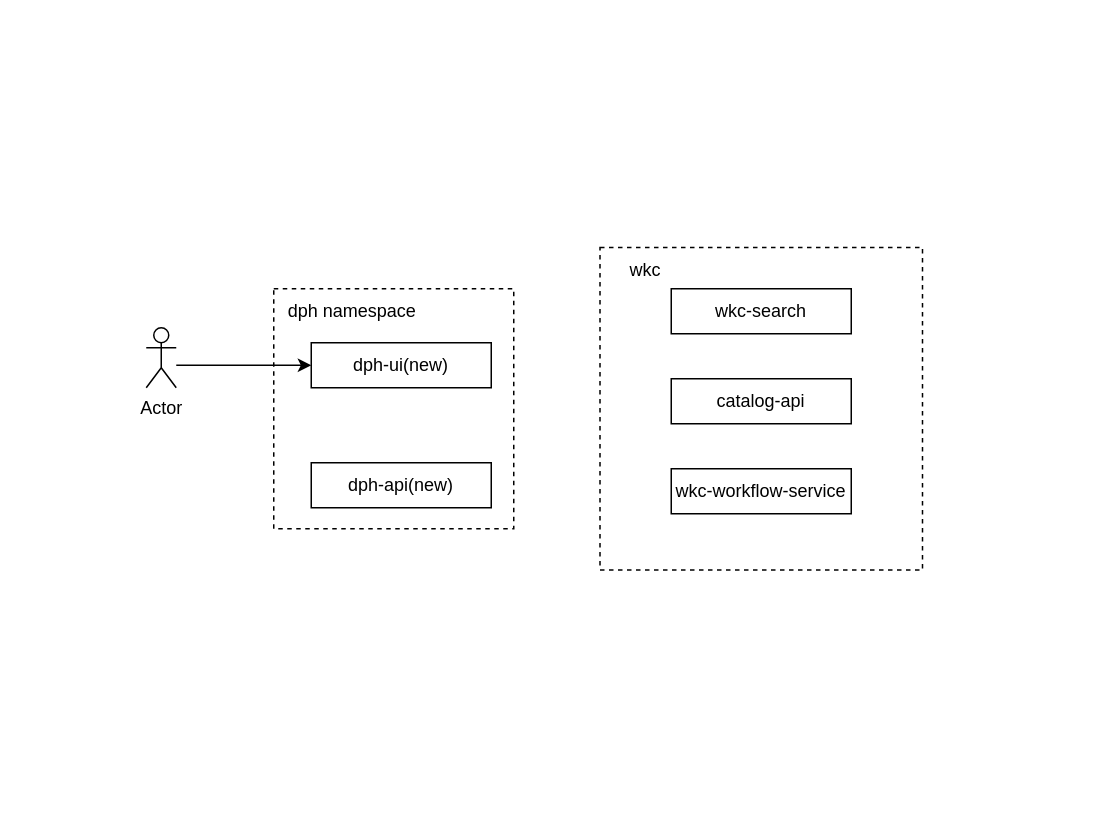
Before: assets/dph_arch_and_skill.drawio in ganisback/draw.io, a draw.io diagram. Source tidied: cells renumbered, new cells numbered last; positions are measured from the earlier drawing's top-left corner, leaving out a move shared by most shapes. Both pictures are drawn from the tidied source at 150%, with x=0, y=0 at pixel (146, 248).
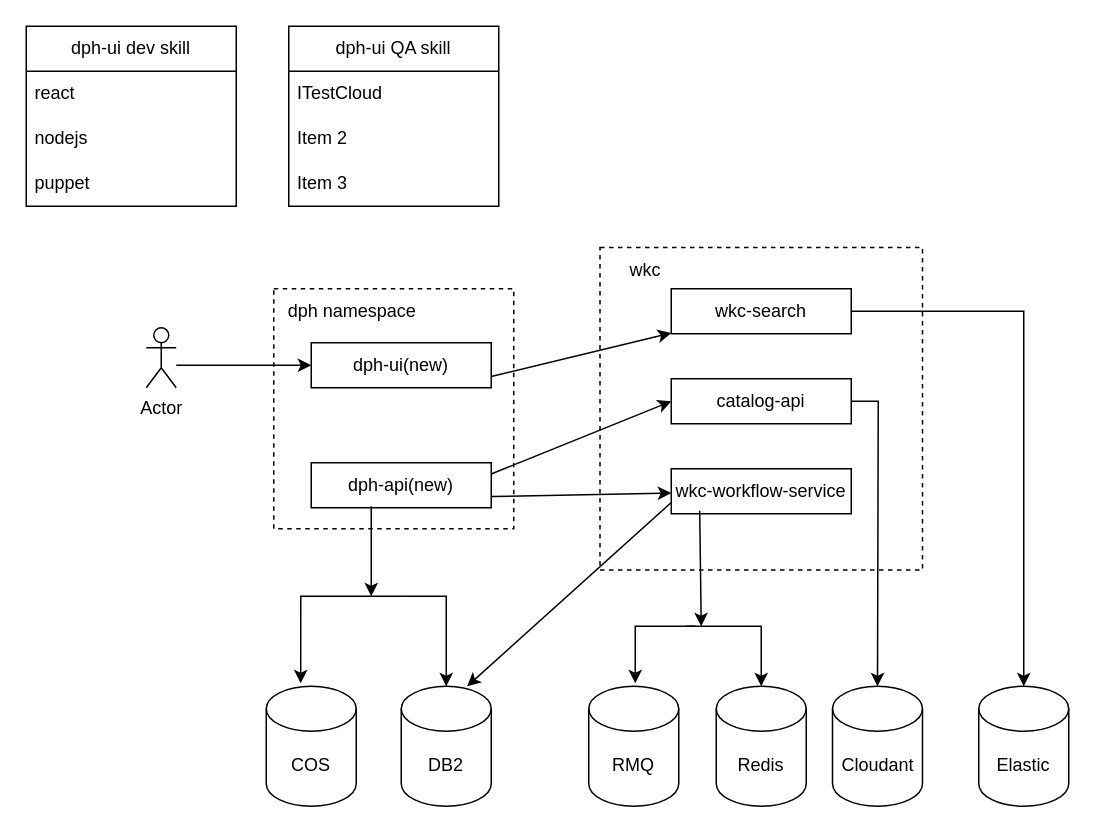
After the change.

The change refers to these unchanged cells:
```xml
<mxCell id="5" value="dph-ui(new)" style="rounded=0;whiteSpace=wrap;html=1;" parent="1" vertex="1">
  <mxGeometry x="110" y="63" width="120" height="30" as="geometry" />
</mxCell>
<mxCell id="6" value="dph-api(new)" style="rounded=0;whiteSpace=wrap;html=1;" parent="1" vertex="1">
  <mxGeometry x="110" y="143" width="120" height="30" as="geometry" />
</mxCell>
<mxCell id="9" value="wkc-search" style="rounded=0;whiteSpace=wrap;html=1;" parent="1" vertex="1">
  <mxGeometry x="350" y="27" width="120" height="30" as="geometry" />
</mxCell>
<mxCell id="10" value="catalog-api" style="rounded=0;whiteSpace=wrap;html=1;" parent="1" vertex="1">
  <mxGeometry x="350" y="87" width="120" height="30" as="geometry" />
</mxCell>
<mxCell id="11" value="wkc-workflow-service" style="rounded=0;whiteSpace=wrap;html=1;" parent="1" vertex="1">
  <mxGeometry x="350" y="147" width="120" height="30" as="geometry" />
</mxCell>
```

The edit, as a diff of the source:
```diff
@@
+    <mxCell id="13" style="endArrow=classic;html=1;rounded=0;exitX=1;exitY=0.75;exitDx=0;exitDy=0;" parent="1" edge="1" source="5" target="9">
+      <mxGeometry relative="1" as="geometry" />
+    </mxCell>
+    <mxCell id="14" style="endArrow=classic;html=1;rounded=0;exitX=1;exitY=0.25;exitDx=0;exitDy=0;entryX=0;entryY=0.5;entryDx=0;entryDy=0;" parent="1" edge="1" source="6" target="10">
+      <mxGeometry relative="1" as="geometry" />
+    </mxCell>
+    <mxCell id="15" style="endArrow=classic;html=1;rounded=0;exitX=1;exitY=0.75;exitDx=0;exitDy=0;" parent="1" edge="1" source="6" target="11">
+      <mxGeometry relative="1" as="geometry" />
+    </mxCell>
+    <mxCell id="16" value="DB2" style="shape=cylinder3;whiteSpace=wrap;html=1;boundedLbl=1;backgroundOutline=1;size=15;" parent="1" vertex="1">
+      <mxGeometry x="170" y="292" width="60" height="80" as="geometry" />
+    </mxCell>
+    <mxCell id="17" value="RMQ" style="shape=cylinder3;whiteSpace=wrap;html=1;boundedLbl=1;backgroundOutline=1;size=15;" parent="1" vertex="1">
+      <mxGeometry x="295" y="292" width="60" height="80" as="geometry" />
+    </mxCell>
+    <mxCell id="18" value="Redis" style="shape=cylinder3;whiteSpace=wrap;html=1;boundedLbl=1;backgroundOutline=1;size=15;" parent="1" vertex="1">
+      <mxGeometry x="380" y="292" width="60" height="80" as="geometry" />
+    </mxCell>
+    <mxCell id="19" value="Cloudant" style="shape=cylinder3;whiteSpace=wrap;html=1;boundedLbl=1;backgroundOutline=1;size=15;" parent="1" vertex="1">
+      <mxGeometry x="457.5" y="292" width="60" height="80" as="geometry" />
+    </mxCell>
+    <mxCell id="20" value="Elastic" style="shape=cylinder3;whiteSpace=wrap;html=1;boundedLbl=1;backgroundOutline=1;size=15;" parent="1" vertex="1">
+      <mxGeometry x="555" y="292" width="60" height="80" as="geometry" />
+    </mxCell>
+    <mxCell id="21" value="COS" style="shape=cylinder3;whiteSpace=wrap;html=1;boundedLbl=1;backgroundOutline=1;size=15;" parent="1" vertex="1">
+      <mxGeometry x="80" y="292" width="60" height="80" as="geometry" />
+    </mxCell>
+    <mxCell id="22" style="endArrow=classic;html=1;rounded=0;exitX=1;exitY=0.5;exitDx=0;exitDy=0;entryX=0.5;entryY=0;entryDx=0;entryDy=0;entryPerimeter=0;" parent="1" edge="1" source="9" target="20">
+      <mxGeometry relative="1" as="geometry">
+        <Array as="points">
+          <mxPoint x="585" y="42" />
+        </Array>
+      </mxGeometry>
+    </mxCell>
+    <mxCell id="23" style="endArrow=classic;html=1;rounded=0;exitX=1;exitY=0.5;exitDx=0;exitDy=0;entryX=0.5;entryY=0;entryDx=0;entryDy=0;entryPerimeter=0;" parent="1" edge="1" source="10" target="19">
+      <mxGeometry relative="1" as="geometry">
+        <Array as="points">
+          <mxPoint x="488" y="102" />
+        </Array>
+      </mxGeometry>
+    </mxCell>
+    <mxCell id="24" style="endArrow=classic;html=1;rounded=0;" parent="1" edge="1">
+      <mxGeometry relative="1" as="geometry">
+        <mxPoint x="366" y="252" as="sourcePoint" />
+        <mxPoint x="326" y="290" as="targetPoint" />
+        <Array as="points">
+          <mxPoint x="326" y="252" />
+        </Array>
+      </mxGeometry>
+    </mxCell>
+    <mxCell id="25" style="endArrow=classic;html=1;rounded=0;entryX=0.5;entryY=0;entryDx=0;entryDy=0;entryPerimeter=0;" parent="1" edge="1" target="18">
+      <mxGeometry relative="1" as="geometry">
+        <mxPoint x="360" y="252" as="sourcePoint" />
+        <Array as="points">
+          <mxPoint x="410" y="252" />
+        </Array>
+      </mxGeometry>
+    </mxCell>
+    <mxCell id="26" style="endArrow=classic;html=1;rounded=0;exitX=0.158;exitY=0.933;exitDx=0;exitDy=0;exitPerimeter=0;" parent="1" edge="1" source="11">
+      <mxGeometry relative="1" as="geometry">
+        <mxPoint x="370" y="252" as="targetPoint" />
+      </mxGeometry>
+    </mxCell>
+    <mxCell id="27" style="endArrow=classic;html=1;rounded=0;entryX=0.383;entryY=-0.025;entryDx=0;entryDy=0;entryPerimeter=0;" parent="1" edge="1" target="21">
+      <mxGeometry relative="1" as="geometry">
+        <mxPoint x="170" y="232" as="sourcePoint" />
+        <Array as="points">
+          <mxPoint x="103" y="232" />
+        </Array>
+      </mxGeometry>
+    </mxCell>
+    <mxCell id="28" style="endArrow=classic;html=1;rounded=0;entryX=0.5;entryY=0;entryDx=0;entryDy=0;entryPerimeter=0;" parent="1" edge="1" target="16">
+      <mxGeometry relative="1" as="geometry">
+        <mxPoint x="170" y="232" as="sourcePoint" />
+        <Array as="points">
+          <mxPoint x="200" y="232" />
+        </Array>
+      </mxGeometry>
+    </mxCell>
+    <mxCell id="29" style="endArrow=classic;html=1;rounded=0;" parent="1" edge="1">
+      <mxGeometry relative="1" as="geometry">
+        <mxPoint x="150" y="172" as="sourcePoint" />
+        <mxPoint x="150" y="232" as="targetPoint" />
+      </mxGeometry>
+    </mxCell>
+    <mxCell id="30" style="endArrow=classic;html=1;rounded=0;entryX=0.733;entryY=0;entryDx=0;entryDy=0;entryPerimeter=0;exitX=0;exitY=0.75;exitDx=0;exitDy=0;" parent="1" edge="1" source="11" target="16">
+      <mxGeometry relative="1" as="geometry" />
+    </mxCell>
+    <mxCell id="31" value="dph-ui QA skill" style="swimlane;fontStyle=0;horizontal=1;startSize=30;whiteSpace=wrap;html=1;" parent="1" vertex="1">
+      <mxGeometry x="95" y="-148" width="140" height="120" as="geometry" />
+    </mxCell>
+    <mxCell id="32" value="ITestCloud" style="text;strokeColor=none;fillColor=none;align=left;verticalAlign=middle;spacingLeft=4;spacingRight=4;overflow=hidden;whiteSpace=wrap;html=1;" parent="31" vertex="1">
+      <mxGeometry y="30" width="140" height="30" as="geometry" />
+    </mxCell>
+    <mxCell id="33" value="Item 2" style="text;strokeColor=none;fillColor=none;align=left;verticalAlign=middle;spacingLeft=4;spacingRight=4;overflow=hidden;whiteSpace=wrap;html=1;" parent="31" vertex="1">
+      <mxGeometry y="60" width="140" height="30" as="geometry" />
+    </mxCell>
+    <mxCell id="34" value="Item 3" style="text;strokeColor=none;fillColor=none;align=left;verticalAlign=middle;spacingLeft=4;spacingRight=4;overflow=hidden;whiteSpace=wrap;html=1;" parent="31" vertex="1">
+      <mxGeometry y="90" width="140" height="30" as="geometry" />
+    </mxCell>
+    <mxCell id="35" value="dph-ui dev skill" style="swimlane;fontStyle=0;horizontal=1;startSize=30;whiteSpace=wrap;html=1;" parent="1" vertex="1">
+      <mxGeometry x="-80" y="-148" width="140" height="120" as="geometry" />
+    </mxCell>
+    <mxCell id="36" value="react&amp;nbsp;" style="text;strokeColor=none;fillColor=none;align=left;verticalAlign=middle;spacingLeft=4;spacingRight=4;overflow=hidden;whiteSpace=wrap;html=1;" parent="35" vertex="1">
+      <mxGeometry y="30" width="140" height="30" as="geometry" />
+    </mxCell>
+    <mxCell id="37" value="nodejs" style="text;strokeColor=none;fillColor=none;align=left;verticalAlign=middle;spacingLeft=4;spacingRight=4;overflow=hidden;whiteSpace=wrap;html=1;" parent="35" vertex="1">
+      <mxGeometry y="60" width="140" height="30" as="geometry" />
+    </mxCell>
+    <mxCell id="38" value="puppet" style="text;strokeColor=none;fillColor=none;align=left;verticalAlign=middle;spacingLeft=4;spacingRight=4;overflow=hidden;whiteSpace=wrap;html=1;" parent="35" vertex="1">
+      <mxGeometry y="90" width="140" height="30" as="geometry" />
+    </mxCell>
```
